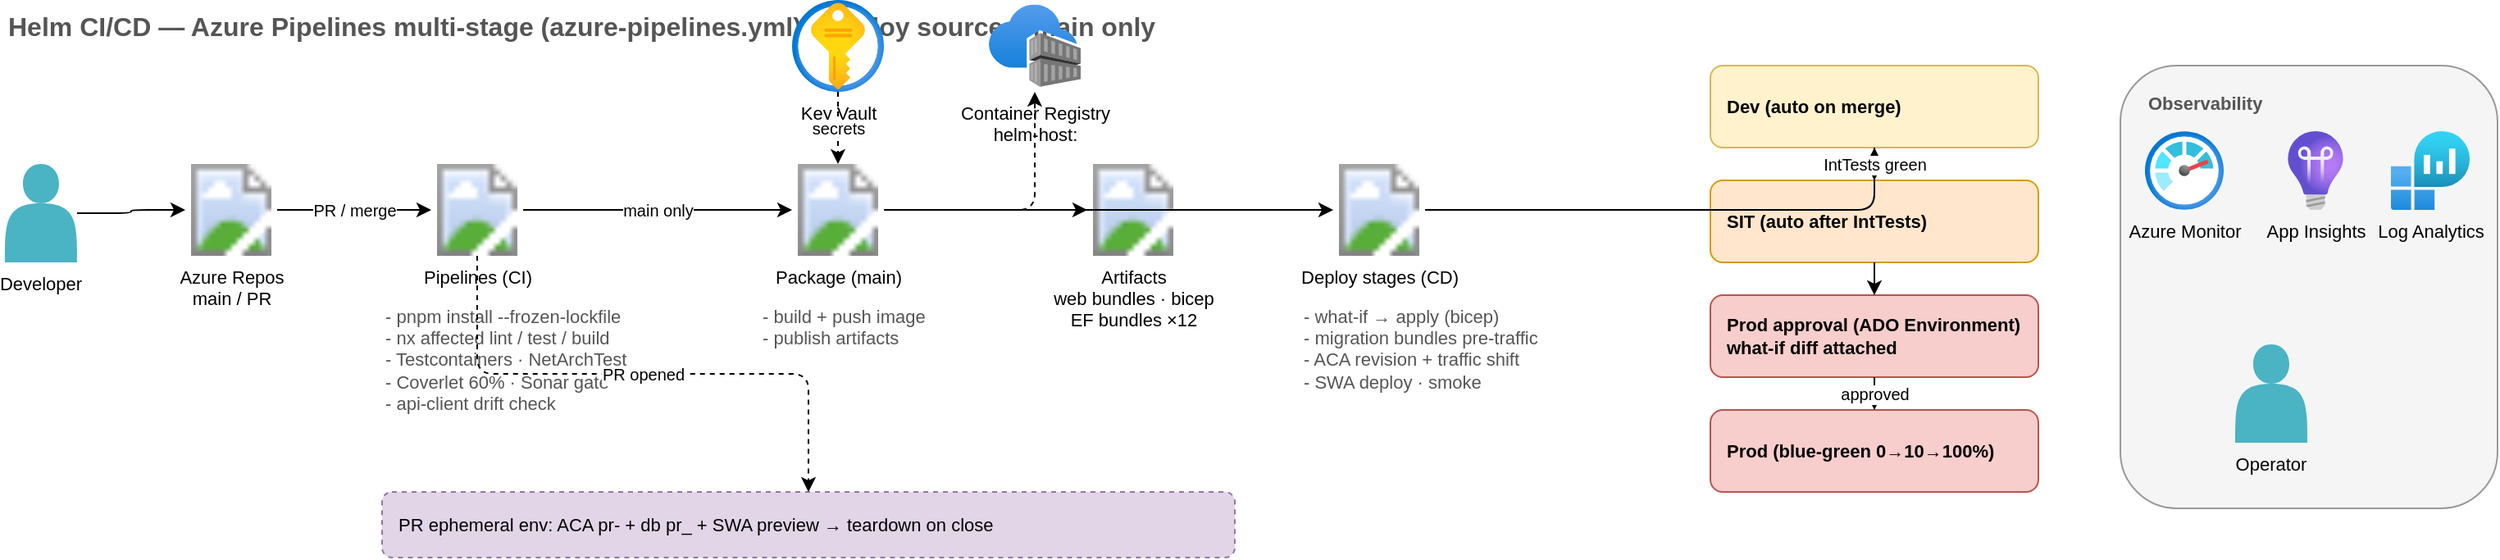
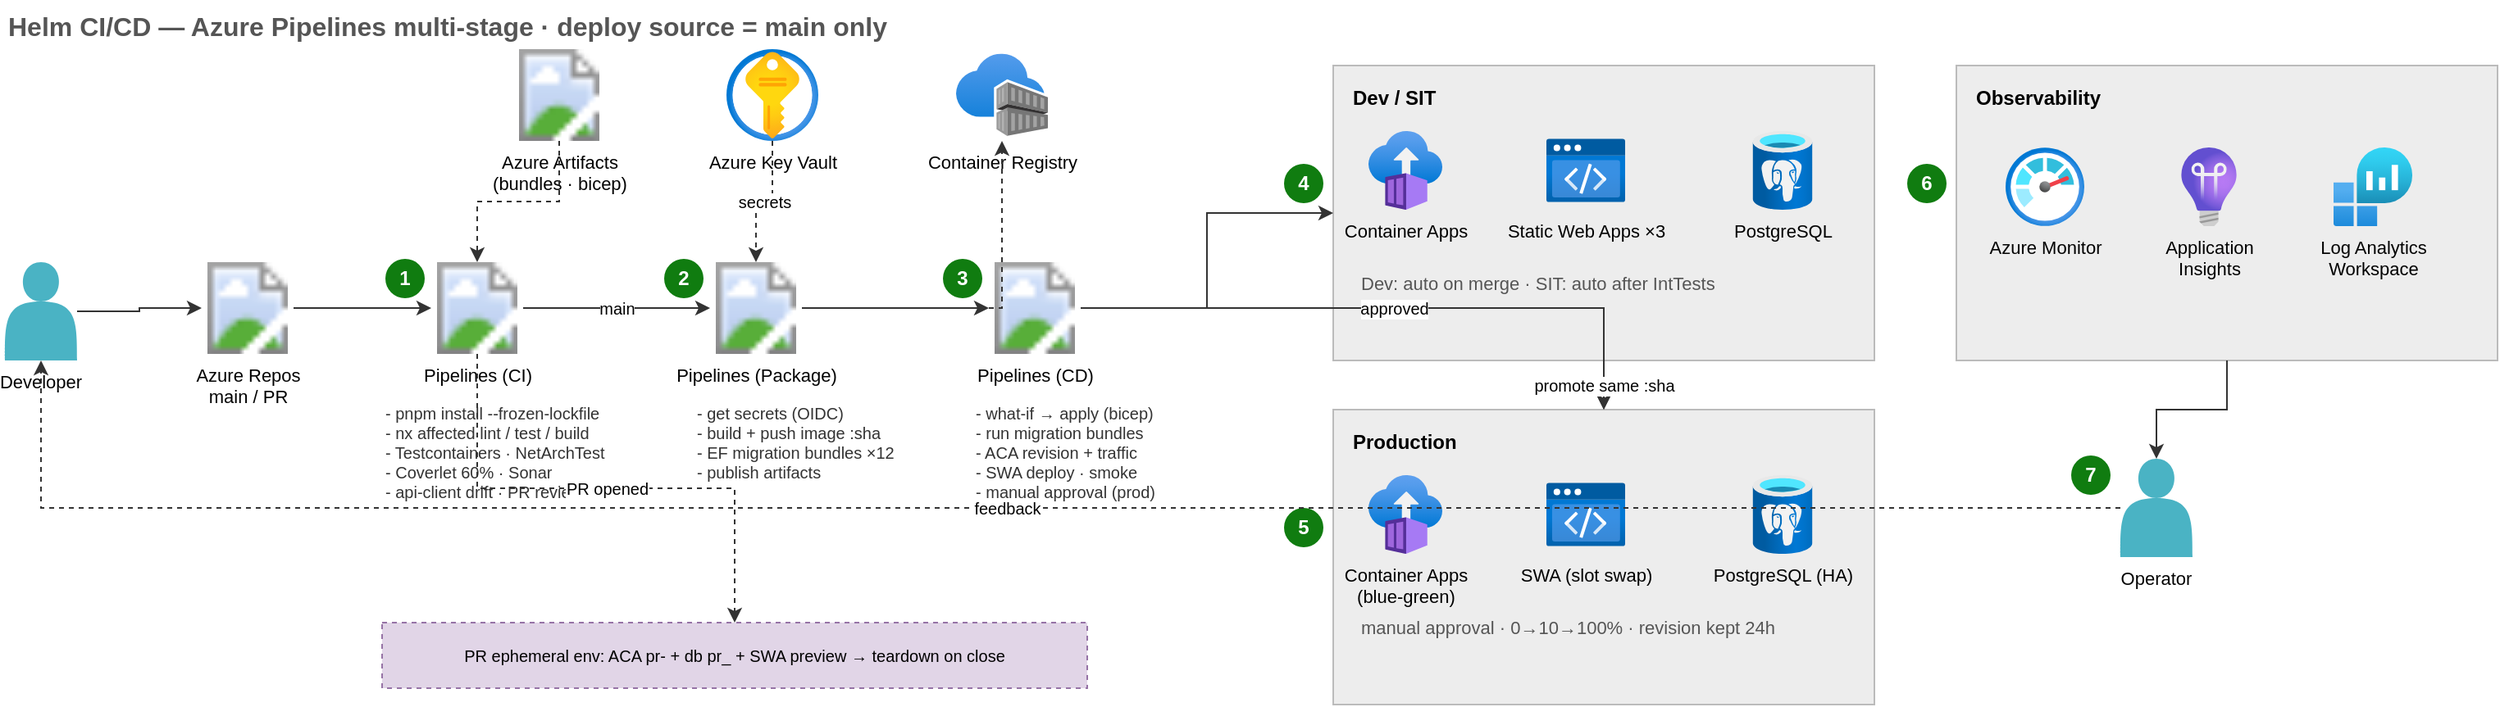
<mxfile host="app.diagrams.net" modified="2026-07-08T00:00:00.000Z" agent="helm-docs" version="24.0.0">
  <diagram id="pipeline-flow" name="Pipeline Flow">
-     <mxGraphModel dx="1400" dy="800" grid="1" gridSize="10" guides="1" tooltips="1" connect="1" arrows="1" fold="1" page="1" pageScale="1" pageWidth="1600" pageHeight="900" math="0" shadow="0">
+     <mxGraphModel dx="1400" dy="800" grid="1" gridSize="10" guides="1" tooltips="1" connect="1" arrows="1" fold="1" page="1" pageScale="1" pageWidth="1620" pageHeight="500" math="0" shadow="0">
      <root>
        <mxCell id="0" />
        <mxCell id="1" parent="0" />
-         <mxCell id="n2" value="Helm CI/CD — Azure Pipelines multi-stage (azure-pipelines.yml) · deploy source = main only" style="text;html=1;fontSize=16;align=left;fontColor=#555555;fontStyle=1;" vertex="1" parent="1"><mxGeometry x="40" y="20" width="900" height="30" as="geometry" /></mxCell>
-         <mxCell id="n3" value="Developer" style="shape=actor;whiteSpace=wrap;html=1;fillColor=#4AB3C4;strokeColor=none;fontSize=11;verticalLabelPosition=bottom;verticalAlign=top;" vertex="1" parent="1"><mxGeometry x="40" y="120" width="44" height="60" as="geometry" /></mxCell>
-         <mxCell id="n4" value="Azure Repos&#10;main / PR" style="sketch=0;aspect=fixed;html=1;points=[];align=center;fontSize=11;image;image=img/lib/azure2/devops/Azure_Repos.svg;labelBackgroundColor=none;verticalLabelPosition=bottom;verticalAlign=top;" vertex="1" parent="1"><mxGeometry x="150" y="120" width="56" height="56" as="geometry" /></mxCell>
-         <mxCell id="n5" value="Pipelines (CI)" style="sketch=0;aspect=fixed;html=1;points=[];align=center;fontSize=11;image;image=img/lib/azure2/devops/Azure_Pipelines.svg;labelBackgroundColor=none;verticalLabelPosition=bottom;verticalAlign=top;" vertex="1" parent="1"><mxGeometry x="300" y="120" width="56" height="56" as="geometry" /></mxCell>
-         <mxCell id="n6" value="- pnpm install --frozen-lockfile&#10;- nx affected lint / test / build&#10;- Testcontainers · NetArchTest&#10;- Coverlet 60% · Sonar gate&#10;- api-client drift check" style="text;html=1;fontSize=11;align=left;fontColor=#555555;" vertex="1" parent="1"><mxGeometry x="270" y="200" width="190" height="90" as="geometry" /></mxCell>
-         <mxCell id="n7" value="Package (main)" style="sketch=0;aspect=fixed;html=1;points=[];align=center;fontSize=11;image;image=img/lib/azure2/devops/Azure_Pipelines.svg;labelBackgroundColor=none;verticalLabelPosition=bottom;verticalAlign=top;" vertex="1" parent="1"><mxGeometry x="520" y="120" width="56" height="56" as="geometry" /></mxCell>
-         <mxCell id="n8" value="Container Registry&#10;helm-host:&lt;sha&gt;" style="sketch=0;aspect=fixed;html=1;points=[];align=center;fontSize=11;image;image=img/lib/azure2/containers/Container_Registries.svg;labelBackgroundColor=none;verticalLabelPosition=bottom;verticalAlign=top;" vertex="1" parent="1"><mxGeometry x="640" y="20" width="56" height="56" as="geometry" /></mxCell>
-         <mxCell id="n9" value="Artifacts&#10;web bundles · bicep&#10;EF bundles ×12" style="sketch=0;aspect=fixed;html=1;points=[];align=center;fontSize=11;image;image=img/lib/azure2/devops/Azure_Artifacts.svg;labelBackgroundColor=none;verticalLabelPosition=bottom;verticalAlign=top;" vertex="1" parent="1"><mxGeometry x="700" y="120" width="56" height="56" as="geometry" /></mxCell>
-         <mxCell id="n10" value="- build + push image&#10;- publish artifacts" style="text;html=1;fontSize=11;align=left;fontColor=#555555;" vertex="1" parent="1"><mxGeometry x="500" y="200" width="170" height="40" as="geometry" /></mxCell>
-         <mxCell id="n11" value="Key Vault" style="sketch=0;aspect=fixed;html=1;points=[];align=center;fontSize=11;image;image=img/lib/azure2/security/Key_Vaults.svg;labelBackgroundColor=none;verticalLabelPosition=bottom;verticalAlign=top;" vertex="1" parent="1"><mxGeometry x="520" y="20" width="56" height="56" as="geometry" /></mxCell>
-         <mxCell id="n12" value="Deploy stages (CD)" style="sketch=0;aspect=fixed;html=1;points=[];align=center;fontSize=11;image;image=img/lib/azure2/devops/Azure_Pipelines.svg;labelBackgroundColor=none;verticalLabelPosition=bottom;verticalAlign=top;" vertex="1" parent="1"><mxGeometry x="850" y="120" width="56" height="56" as="geometry" /></mxCell>
-         <mxCell id="n13" value="- what-if → apply (bicep)&#10;- migration bundles pre-traffic&#10;- ACA revision + traffic shift&#10;- SWA deploy · smoke" style="text;html=1;fontSize=11;align=left;fontColor=#555555;" vertex="1" parent="1"><mxGeometry x="830" y="200" width="200" height="70" as="geometry" /></mxCell>
-         <mxCell id="n14" value="Dev  (auto on merge)" style="rounded=1;whiteSpace=wrap;html=1;align=left;spacingLeft=8;fontSize=11;fillColor=#fff2cc;strokeColor=#d6b656;fontStyle=1;" vertex="1" parent="1"><mxGeometry x="1080" y="60" width="200" height="50" as="geometry" /></mxCell>
-         <mxCell id="n15" value="SIT  (auto after IntTests)" style="rounded=1;whiteSpace=wrap;html=1;align=left;spacingLeft=8;fontSize=11;fillColor=#ffe6cc;strokeColor=#d79b00;fontStyle=1;" vertex="1" parent="1"><mxGeometry x="1080" y="130" width="200" height="50" as="geometry" /></mxCell>
-         <mxCell id="n16" value="Prod approval (ADO Environment)&#10;what-if diff attached" style="rounded=1;whiteSpace=wrap;html=1;align=left;spacingLeft=8;fontSize=11;fillColor=#f8cecc;strokeColor=#b85450;fontStyle=1;" vertex="1" parent="1"><mxGeometry x="1080" y="200" width="200" height="50" as="geometry" /></mxCell>
-         <mxCell id="n17" value="Prod  (blue-green 0→10→100%)" style="rounded=1;whiteSpace=wrap;html=1;align=left;spacingLeft=8;fontSize=11;fillColor=#f8cecc;strokeColor=#b85450;fontStyle=1;" vertex="1" parent="1"><mxGeometry x="1080" y="270" width="200" height="50" as="geometry" /></mxCell>
-         <mxCell id="n18" value="" style="rounded=1;whiteSpace=wrap;html=1;align=left;spacingLeft=8;fontSize=11;fillColor=#f5f5f5;strokeColor=#999999;verticalAlign=top;" vertex="1" parent="1"><mxGeometry x="1330" y="60" width="230" height="270" as="geometry" /></mxCell>
-         <mxCell id="n19" value="Observability" style="text;html=1;fontSize=11;align=left;fontColor=#555555;fontStyle=1;" vertex="1" parent="1"><mxGeometry x="1345" y="70" width="180" height="20" as="geometry" /></mxCell>
-         <mxCell id="n20" value="Azure Monitor" style="sketch=0;aspect=fixed;html=1;points=[];align=center;fontSize=11;image;image=img/lib/azure2/management_governance/Monitor.svg;labelBackgroundColor=none;verticalLabelPosition=bottom;verticalAlign=top;" vertex="1" parent="1"><mxGeometry x="1345" y="100" width="48" height="48" as="geometry" /></mxCell>
-         <mxCell id="n21" value="App Insights" style="sketch=0;aspect=fixed;html=1;points=[];align=center;fontSize=11;image;image=img/lib/azure2/management_governance/Application_Insights.svg;labelBackgroundColor=none;verticalLabelPosition=bottom;verticalAlign=top;" vertex="1" parent="1"><mxGeometry x="1425" y="100" width="48" height="48" as="geometry" /></mxCell>
-         <mxCell id="n22" value="Log Analytics" style="sketch=0;aspect=fixed;html=1;points=[];align=center;fontSize=11;image;image=img/lib/azure2/management_governance/Log_Analytics_Workspaces.svg;labelBackgroundColor=none;verticalLabelPosition=bottom;verticalAlign=top;" vertex="1" parent="1"><mxGeometry x="1495" y="100" width="48" height="48" as="geometry" /></mxCell>
-         <mxCell id="n23" value="Operator" style="shape=actor;whiteSpace=wrap;html=1;fillColor=#4AB3C4;strokeColor=none;fontSize=11;verticalLabelPosition=bottom;verticalAlign=top;" vertex="1" parent="1"><mxGeometry x="1400" y="230" width="44" height="60" as="geometry" /></mxCell>
-         <mxCell id="n24" value="PR ephemeral env: ACA pr-&lt;id&gt; + db pr_&lt;id&gt; + SWA preview → teardown on close" style="rounded=1;whiteSpace=wrap;html=1;align=left;spacingLeft=8;fontSize=11;fillColor=#e1d5e7;strokeColor=#9673a6;dashed=1;" vertex="1" parent="1"><mxGeometry x="270" y="320" width="520" height="40" as="geometry" /></mxCell>
-         <mxCell id="n25" value="" style="edgeStyle=orthogonalEdgeStyle;rounded=1;html=1;fontSize=10;" edge="1" parent="1" source="n3" target="n4"><mxGeometry relative="1" as="geometry" /></mxCell>
-         <mxCell id="n26" value="PR / merge" style="edgeStyle=orthogonalEdgeStyle;rounded=1;html=1;fontSize=10;" edge="1" parent="1" source="n4" target="n5"><mxGeometry relative="1" as="geometry" /></mxCell>
-         <mxCell id="n27" value="main only" style="edgeStyle=orthogonalEdgeStyle;rounded=1;html=1;fontSize=10;" edge="1" parent="1" source="n5" target="n7"><mxGeometry relative="1" as="geometry" /></mxCell>
-         <mxCell id="n28" value="" style="edgeStyle=orthogonalEdgeStyle;rounded=1;html=1;fontSize=10;" edge="1" parent="1" source="n7" target="n12"><mxGeometry relative="1" as="geometry" /></mxCell>
-         <mxCell id="n29" value="secrets" style="edgeStyle=orthogonalEdgeStyle;rounded=1;html=1;fontSize=10;dashed=1;" edge="1" parent="1" source="n11" target="n7"><mxGeometry relative="1" as="geometry" /></mxCell>
-         <mxCell id="n30" value="" style="edgeStyle=orthogonalEdgeStyle;rounded=1;html=1;fontSize=10;dashed=1;" edge="1" parent="1" source="n7" target="n8"><mxGeometry relative="1" as="geometry" /></mxCell>
-         <mxCell id="n31" value="" style="edgeStyle=orthogonalEdgeStyle;rounded=1;html=1;fontSize=10;dashed=1;" edge="1" parent="1" source="n7" target="n9"><mxGeometry relative="1" as="geometry" /></mxCell>
-         <mxCell id="n32" value="" style="edgeStyle=orthogonalEdgeStyle;rounded=1;html=1;fontSize=10;" edge="1" parent="1" source="n12" target="n14"><mxGeometry relative="1" as="geometry" /></mxCell>
-         <mxCell id="n33" value="IntTests green" style="edgeStyle=orthogonalEdgeStyle;rounded=1;html=1;fontSize=10;" edge="1" parent="1" source="n14" target="n15"><mxGeometry relative="1" as="geometry" /></mxCell>
-         <mxCell id="n34" value="" style="edgeStyle=orthogonalEdgeStyle;rounded=1;html=1;fontSize=10;" edge="1" parent="1" source="n15" target="n16"><mxGeometry relative="1" as="geometry" /></mxCell>
-         <mxCell id="n35" value="approved" style="edgeStyle=orthogonalEdgeStyle;rounded=1;html=1;fontSize=10;" edge="1" parent="1" source="n16" target="n17"><mxGeometry relative="1" as="geometry" /></mxCell>
-         <mxCell id="n36" value="PR opened" style="edgeStyle=orthogonalEdgeStyle;rounded=1;html=1;fontSize=10;dashed=1;" edge="1" parent="1" source="n5" target="n24"><mxGeometry relative="1" as="geometry" /></mxCell>
+         <mxCell id="n2" value="Helm CI/CD — Azure Pipelines multi-stage · deploy source = main only" style="text;html=1;fontSize=16;align=left;fontColor=#555555;fontStyle=1;" vertex="1" parent="1"><mxGeometry x="40" y="20" width="900" height="30" as="geometry" /></mxCell>
+         <mxCell id="n3" value="Developer" style="shape=actor;whiteSpace=wrap;html=1;fillColor=#4AB3C4;strokeColor=none;fontSize=11;verticalLabelPosition=bottom;verticalAlign=top;" vertex="1" parent="1"><mxGeometry x="40" y="180" width="44" height="60" as="geometry" /></mxCell>
+         <mxCell id="n4" value="Azure Repos&#10;main / PR" style="sketch=0;aspect=fixed;html=1;points=[];align=center;fontSize=11;image;image=img/lib/azure2/devops/Azure_Repos.svg;labelBackgroundColor=none;verticalLabelPosition=bottom;verticalAlign=top;" vertex="1" parent="1"><mxGeometry x="160" y="180" width="56" height="56" as="geometry" /></mxCell>
+         <mxCell id="n5" value="Azure Key Vault" style="sketch=0;aspect=fixed;html=1;points=[];align=center;fontSize=11;image;image=img/lib/azure2/security/Key_Vaults.svg;labelBackgroundColor=none;verticalLabelPosition=bottom;verticalAlign=top;" vertex="1" parent="1"><mxGeometry x="480" y="50" width="56" height="56" as="geometry" /></mxCell>
+         <mxCell id="n6" value="Azure Artifacts&#10;(bundles · bicep)" style="sketch=0;aspect=fixed;html=1;points=[];align=center;fontSize=11;image;image=img/lib/azure2/devops/Azure_Artifacts.svg;labelBackgroundColor=none;verticalLabelPosition=bottom;verticalAlign=top;" vertex="1" parent="1"><mxGeometry x="350" y="50" width="56" height="56" as="geometry" /></mxCell>
+         <mxCell id="n7" value="Pipelines (CI)" style="sketch=0;aspect=fixed;html=1;points=[];align=center;fontSize=11;image;image=img/lib/azure2/devops/Azure_Pipelines.svg;labelBackgroundColor=none;verticalLabelPosition=bottom;verticalAlign=top;" vertex="1" parent="1"><mxGeometry x="300" y="180" width="56" height="56" as="geometry" /></mxCell>
+         <mxCell id="n8" value="1" style="ellipse;whiteSpace=wrap;html=1;fillColor=#107C10;strokeColor=none;fontColor=#ffffff;fontStyle=1;fontSize=12;" vertex="1" parent="1"><mxGeometry x="272" y="178" width="24" height="24" as="geometry" /></mxCell>
+         <mxCell id="n9" value="- pnpm install --frozen-lockfile&#10;- nx affected lint / test / build&#10;- Testcontainers · NetArchTest&#10;- Coverlet 60% · Sonar&#10;- api-client drift · PR review" style="text;html=1;fontSize=10;align=left;verticalAlign=top;fontColor=#333333;" vertex="1" parent="1"><mxGeometry x="270" y="260" width="190" height="90" as="geometry" /></mxCell>
+         <mxCell id="n10" value="Pipelines (Package)" style="sketch=0;aspect=fixed;html=1;points=[];align=center;fontSize=11;image;image=img/lib/azure2/devops/Azure_Pipelines.svg;labelBackgroundColor=none;verticalLabelPosition=bottom;verticalAlign=top;" vertex="1" parent="1"><mxGeometry x="470" y="180" width="56" height="56" as="geometry" /></mxCell>
+         <mxCell id="n11" value="2" style="ellipse;whiteSpace=wrap;html=1;fillColor=#107C10;strokeColor=none;fontColor=#ffffff;fontStyle=1;fontSize=12;" vertex="1" parent="1"><mxGeometry x="442" y="178" width="24" height="24" as="geometry" /></mxCell>
+         <mxCell id="n12" value="- get secrets (OIDC)&#10;- build + push image :sha&#10;- EF migration bundles ×12&#10;- publish artifacts" style="text;html=1;fontSize=10;align=left;verticalAlign=top;fontColor=#333333;" vertex="1" parent="1"><mxGeometry x="460" y="260" width="170" height="70" as="geometry" /></mxCell>
+         <mxCell id="n13" value="Container Registry" style="sketch=0;aspect=fixed;html=1;points=[];align=center;fontSize=11;image;image=img/lib/azure2/containers/Container_Registries.svg;labelBackgroundColor=none;verticalLabelPosition=bottom;verticalAlign=top;" vertex="1" parent="1"><mxGeometry x="620" y="50" width="56" height="56" as="geometry" /></mxCell>
+         <mxCell id="n14" value="Pipelines (CD)" style="sketch=0;aspect=fixed;html=1;points=[];align=center;fontSize=11;image;image=img/lib/azure2/devops/Azure_Pipelines.svg;labelBackgroundColor=none;verticalLabelPosition=bottom;verticalAlign=top;" vertex="1" parent="1"><mxGeometry x="640" y="180" width="56" height="56" as="geometry" /></mxCell>
+         <mxCell id="n15" value="3" style="ellipse;whiteSpace=wrap;html=1;fillColor=#107C10;strokeColor=none;fontColor=#ffffff;fontStyle=1;fontSize=12;" vertex="1" parent="1"><mxGeometry x="612" y="178" width="24" height="24" as="geometry" /></mxCell>
+         <mxCell id="n16" value="- what-if → apply (bicep)&#10;- run migration bundles&#10;- ACA revision + traffic&#10;- SWA deploy · smoke&#10;- manual approval (prod)" style="text;html=1;fontSize=10;align=left;verticalAlign=top;fontColor=#333333;" vertex="1" parent="1"><mxGeometry x="630" y="260" width="180" height="90" as="geometry" /></mxCell>
+         <mxCell id="n17" value="Dev / SIT" style="rounded=0;whiteSpace=wrap;html=1;fillColor=#ededed;strokeColor=#bbbbbb;verticalAlign=top;align=left;spacingLeft=10;spacingTop=6;fontStyle=1;fontSize=12;" vertex="1" parent="1"><mxGeometry x="850" y="60" width="330" height="180" as="geometry" /></mxCell>
+         <mxCell id="n18" value="4" style="ellipse;whiteSpace=wrap;html=1;fillColor=#107C10;strokeColor=none;fontColor=#ffffff;fontStyle=1;fontSize=12;" vertex="1" parent="1"><mxGeometry x="820" y="120" width="24" height="24" as="geometry" /></mxCell>
+         <mxCell id="n19" value="Container Apps" style="sketch=0;aspect=fixed;html=1;points=[];align=center;fontSize=11;image;image=img/lib/azure2/containers/Container_Instances.svg;labelBackgroundColor=none;verticalLabelPosition=bottom;verticalAlign=top;" vertex="1" parent="n17"><mxGeometry x="20" y="40" width="48" height="48" as="geometry" /></mxCell>
+         <mxCell id="n20" value="Static Web Apps ×3" style="sketch=0;aspect=fixed;html=1;points=[];align=center;fontSize=11;image;image=img/lib/azure2/preview/Static_Apps.svg;labelBackgroundColor=none;verticalLabelPosition=bottom;verticalAlign=top;" vertex="1" parent="n17"><mxGeometry x="130" y="40" width="48" height="48" as="geometry" /></mxCell>
+         <mxCell id="n21" value="PostgreSQL" style="sketch=0;aspect=fixed;html=1;points=[];align=center;fontSize=11;image;image=img/lib/azure2/databases/Azure_Database_PostgreSQL_Server.svg;labelBackgroundColor=none;verticalLabelPosition=bottom;verticalAlign=top;" vertex="1" parent="n17"><mxGeometry x="250" y="40" width="48" height="48" as="geometry" /></mxCell>
+         <mxCell id="n22" value="Dev: auto on merge · SIT: auto after IntTests" style="text;html=1;fontSize=11;align=left;fontColor=#555555;" vertex="1" parent="n17"><mxGeometry x="15" y="120" width="300" height="40" as="geometry" /></mxCell>
+         <mxCell id="n23" value="Production" style="rounded=0;whiteSpace=wrap;html=1;fillColor=#ededed;strokeColor=#bbbbbb;verticalAlign=top;align=left;spacingLeft=10;spacingTop=6;fontStyle=1;fontSize=12;" vertex="1" parent="1"><mxGeometry x="850" y="270" width="330" height="180" as="geometry" /></mxCell>
+         <mxCell id="n24" value="5" style="ellipse;whiteSpace=wrap;html=1;fillColor=#107C10;strokeColor=none;fontColor=#ffffff;fontStyle=1;fontSize=12;" vertex="1" parent="1"><mxGeometry x="820" y="330" width="24" height="24" as="geometry" /></mxCell>
+         <mxCell id="n25" value="Container Apps&#10;(blue-green)" style="sketch=0;aspect=fixed;html=1;points=[];align=center;fontSize=11;image;image=img/lib/azure2/containers/Container_Instances.svg;labelBackgroundColor=none;verticalLabelPosition=bottom;verticalAlign=top;" vertex="1" parent="n23"><mxGeometry x="20" y="40" width="48" height="48" as="geometry" /></mxCell>
+         <mxCell id="n26" value="SWA (slot swap)" style="sketch=0;aspect=fixed;html=1;points=[];align=center;fontSize=11;image;image=img/lib/azure2/preview/Static_Apps.svg;labelBackgroundColor=none;verticalLabelPosition=bottom;verticalAlign=top;" vertex="1" parent="n23"><mxGeometry x="130" y="40" width="48" height="48" as="geometry" /></mxCell>
+         <mxCell id="n27" value="PostgreSQL (HA)" style="sketch=0;aspect=fixed;html=1;points=[];align=center;fontSize=11;image;image=img/lib/azure2/databases/Azure_Database_PostgreSQL_Server.svg;labelBackgroundColor=none;verticalLabelPosition=bottom;verticalAlign=top;" vertex="1" parent="n23"><mxGeometry x="250" y="40" width="48" height="48" as="geometry" /></mxCell>
+         <mxCell id="n28" value="manual approval · 0→10→100% · revision kept 24h" style="text;html=1;fontSize=11;align=left;fontColor=#555555;" vertex="1" parent="n23"><mxGeometry x="15" y="120" width="300" height="40" as="geometry" /></mxCell>
+         <mxCell id="n29" value="Observability" style="rounded=0;whiteSpace=wrap;html=1;fillColor=#ededed;strokeColor=#bbbbbb;verticalAlign=top;align=left;spacingLeft=10;spacingTop=6;fontStyle=1;fontSize=12;" vertex="1" parent="1"><mxGeometry x="1230" y="60" width="330" height="180" as="geometry" /></mxCell>
+         <mxCell id="n30" value="6" style="ellipse;whiteSpace=wrap;html=1;fillColor=#107C10;strokeColor=none;fontColor=#ffffff;fontStyle=1;fontSize=12;" vertex="1" parent="1"><mxGeometry x="1200" y="120" width="24" height="24" as="geometry" /></mxCell>
+         <mxCell id="n31" value="Azure Monitor" style="sketch=0;aspect=fixed;html=1;points=[];align=center;fontSize=11;image;image=img/lib/azure2/management_governance/Monitor.svg;labelBackgroundColor=none;verticalLabelPosition=bottom;verticalAlign=top;" vertex="1" parent="n29"><mxGeometry x="30" y="50" width="48" height="48" as="geometry" /></mxCell>
+         <mxCell id="n32" value="Application&#10;Insights" style="sketch=0;aspect=fixed;html=1;points=[];align=center;fontSize=11;image;image=img/lib/azure2/management_governance/Application_Insights.svg;labelBackgroundColor=none;verticalLabelPosition=bottom;verticalAlign=top;" vertex="1" parent="n29"><mxGeometry x="130" y="50" width="48" height="48" as="geometry" /></mxCell>
+         <mxCell id="n33" value="Log Analytics&#10;Workspace" style="sketch=0;aspect=fixed;html=1;points=[];align=center;fontSize=11;image;image=img/lib/azure2/management_governance/Log_Analytics_Workspaces.svg;labelBackgroundColor=none;verticalLabelPosition=bottom;verticalAlign=top;" vertex="1" parent="n29"><mxGeometry x="230" y="50" width="48" height="48" as="geometry" /></mxCell>
+         <mxCell id="n34" value="Operator" style="shape=actor;whiteSpace=wrap;html=1;fillColor=#4AB3C4;strokeColor=none;fontSize=11;verticalLabelPosition=bottom;verticalAlign=top;" vertex="1" parent="1"><mxGeometry x="1330" y="300" width="44" height="60" as="geometry" /></mxCell>
+         <mxCell id="n35" value="7" style="ellipse;whiteSpace=wrap;html=1;fillColor=#107C10;strokeColor=none;fontColor=#ffffff;fontStyle=1;fontSize=12;" vertex="1" parent="1"><mxGeometry x="1300" y="298" width="24" height="24" as="geometry" /></mxCell>
+         <mxCell id="n36" value="PR ephemeral env: ACA pr-&lt;id&gt; + db pr_&lt;id&gt; + SWA preview → teardown on close" style="rounded=0;whiteSpace=wrap;html=1;fontSize=10;fillColor=#e1d5e7;strokeColor=#9673a6;dashed=1;" vertex="1" parent="1"><mxGeometry x="270" y="400" width="430" height="40" as="geometry" /></mxCell>
+         <mxCell id="n37" value="" style="edgeStyle=orthogonalEdgeStyle;rounded=0;html=1;fontSize=10;strokeColor=#333333;" edge="1" parent="1" source="n3" target="n4"><mxGeometry relative="1" as="geometry" /></mxCell>
+         <mxCell id="n38" value="" style="edgeStyle=orthogonalEdgeStyle;rounded=0;html=1;fontSize=10;strokeColor=#333333;" edge="1" parent="1" source="n4" target="n7"><mxGeometry relative="1" as="geometry" /></mxCell>
+         <mxCell id="n39" value="main" style="edgeStyle=orthogonalEdgeStyle;rounded=0;html=1;fontSize=10;strokeColor=#333333;" edge="1" parent="1" source="n7" target="n10"><mxGeometry relative="1" as="geometry" /></mxCell>
+         <mxCell id="n40" value="" style="edgeStyle=orthogonalEdgeStyle;rounded=0;html=1;fontSize=10;strokeColor=#333333;" edge="1" parent="1" source="n10" target="n14"><mxGeometry relative="1" as="geometry" /></mxCell>
+         <mxCell id="n41" value="" style="edgeStyle=orthogonalEdgeStyle;rounded=0;html=1;fontSize=10;strokeColor=#333333;dashed=1;" edge="1" parent="1" source="n6" target="n7"><mxGeometry relative="1" as="geometry" /></mxCell>
+         <mxCell id="n42" value="secrets" style="edgeStyle=orthogonalEdgeStyle;rounded=0;html=1;fontSize=10;strokeColor=#333333;dashed=1;" edge="1" parent="1" source="n5" target="n10"><mxGeometry relative="1" as="geometry" /></mxCell>
+         <mxCell id="n43" value="" style="edgeStyle=orthogonalEdgeStyle;rounded=0;html=1;fontSize=10;strokeColor=#333333;dashed=1;" edge="1" parent="1" source="n10" target="n13"><mxGeometry relative="1" as="geometry" /></mxCell>
+         <mxCell id="n44" value="" style="edgeStyle=orthogonalEdgeStyle;rounded=0;html=1;fontSize=10;strokeColor=#333333;" edge="1" parent="1" source="n14" target="n17"><mxGeometry relative="1" as="geometry" /></mxCell>
+         <mxCell id="n45" value="approved" style="edgeStyle=orthogonalEdgeStyle;rounded=0;html=1;fontSize=10;strokeColor=#333333;" edge="1" parent="1" source="n14" target="n23"><mxGeometry relative="1" as="geometry" /></mxCell>
+         <mxCell id="n46" value="promote same :sha" style="edgeStyle=orthogonalEdgeStyle;rounded=0;html=1;fontSize=10;strokeColor=#333333;dashed=1;" edge="1" parent="1" source="n17" target="n23"><mxGeometry relative="1" as="geometry" /></mxCell>
+         <mxCell id="n47" value="PR opened" style="edgeStyle=orthogonalEdgeStyle;rounded=0;html=1;fontSize=10;strokeColor=#333333;dashed=1;" edge="1" parent="1" source="n7" target="n36"><mxGeometry relative="1" as="geometry" /></mxCell>
+         <mxCell id="n48" value="" style="edgeStyle=orthogonalEdgeStyle;rounded=0;html=1;fontSize=10;strokeColor=#333333;" edge="1" parent="1" source="n29" target="n34"><mxGeometry relative="1" as="geometry" /></mxCell>
+         <mxCell id="n49" value="feedback" style="edgeStyle=orthogonalEdgeStyle;rounded=0;html=1;fontSize=10;strokeColor=#333333;dashed=1;" edge="1" parent="1" source="n34" target="n3"><mxGeometry relative="1" as="geometry" /></mxCell>
      </root>
    </mxGraphModel>
  </diagram>
</mxfile>
